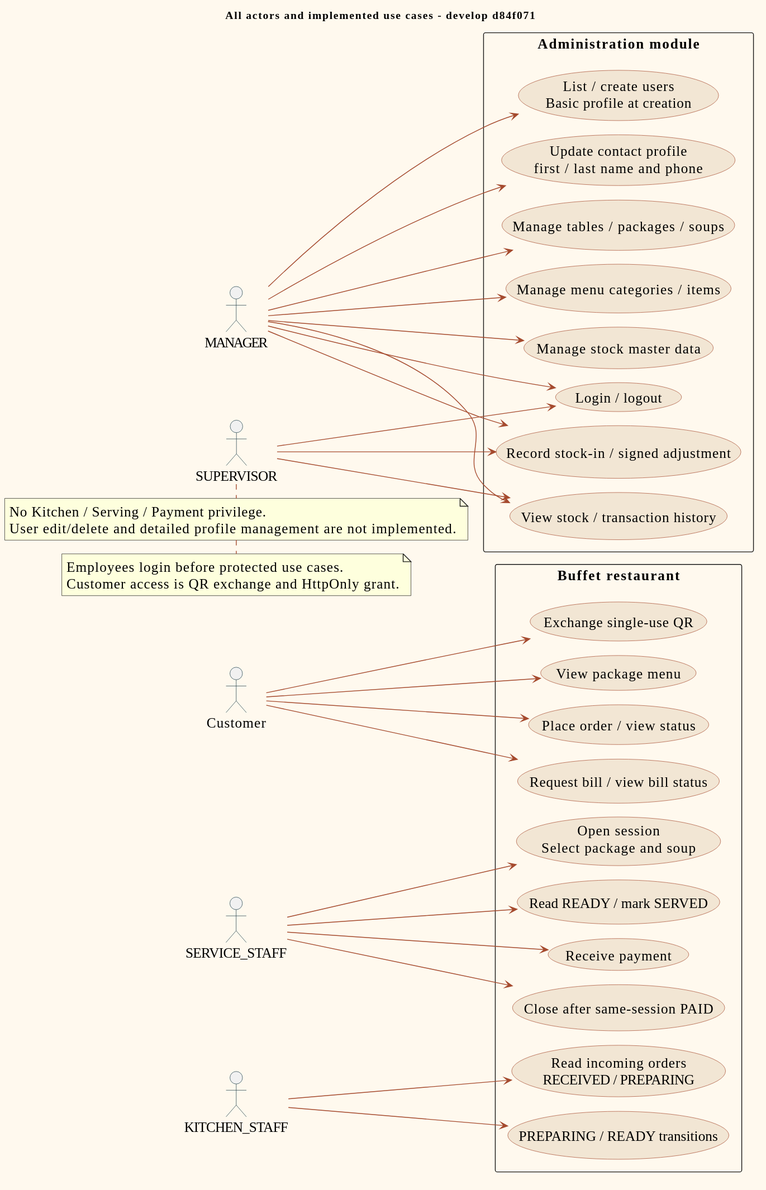
Earlier version of the PlantUML export doc/diagrams/previews/use-case.svg (PavaritPramual/buffet-restaurant-management-system).
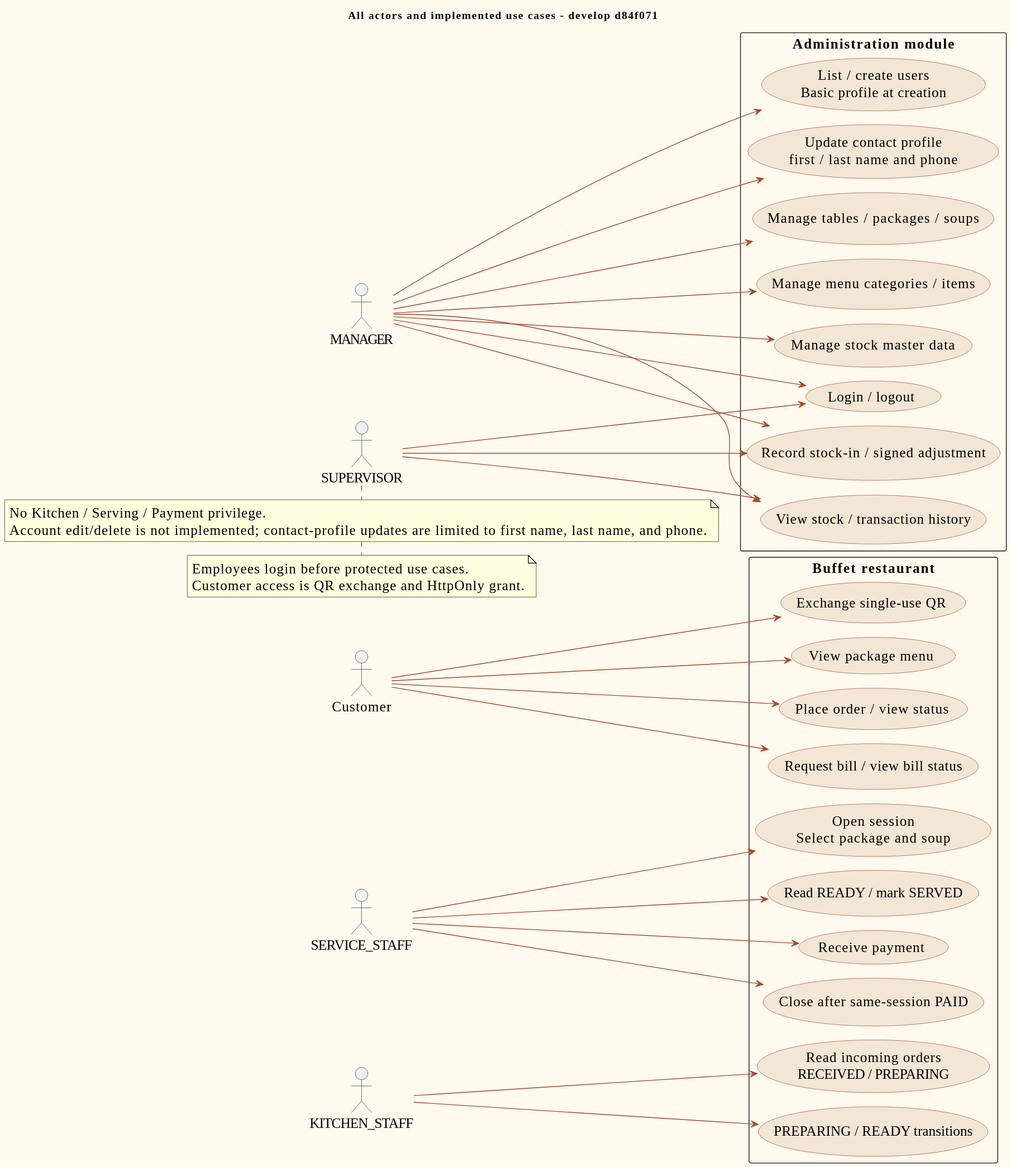
After the change.

Change to the diagram source:
```diff
@@ -63,7 +63,7 @@
 Supervisor --> Move
 note bottom of Supervisor
 No Kitchen / Serving / Payment privilege.
-User edit/delete and detailed profile management are not implemented.
+Account edit/delete is not implemented; contact-profile updates are limited to first name, last name, and phone.
 end note
 note bottom
 Employees login before protected use cases.
```
